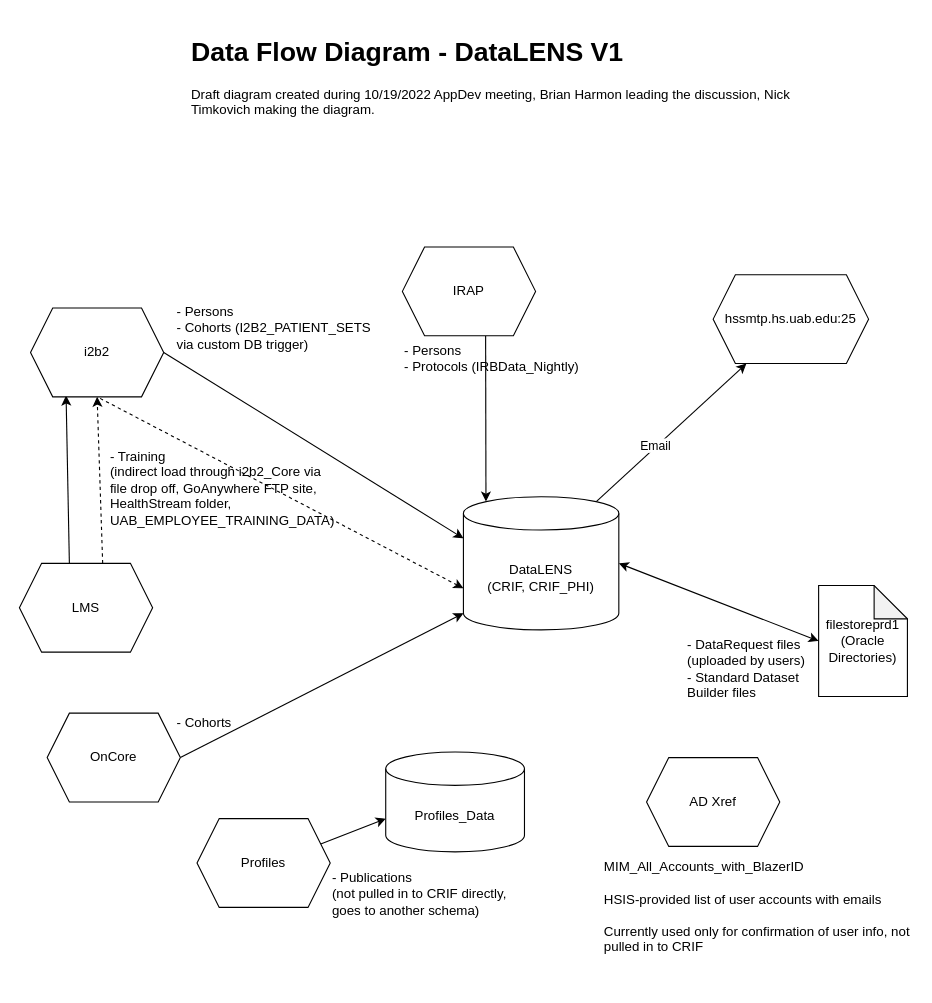
Earlier version of the draw.io diagram page "V1 Current" (2 of 2) of Data Flow Diagram DataLENS V2.drawio (ntimkovich/UAB-II-Diagrams). Source tidied: cells renumbered, new cells numbered last; positions are measured from the earlier drawing's top-left corner, leaving out a move shared by most shapes. Both pictures are drawn from the tidied source at 111%, with x=0, y=0 at pixel (19, 30).
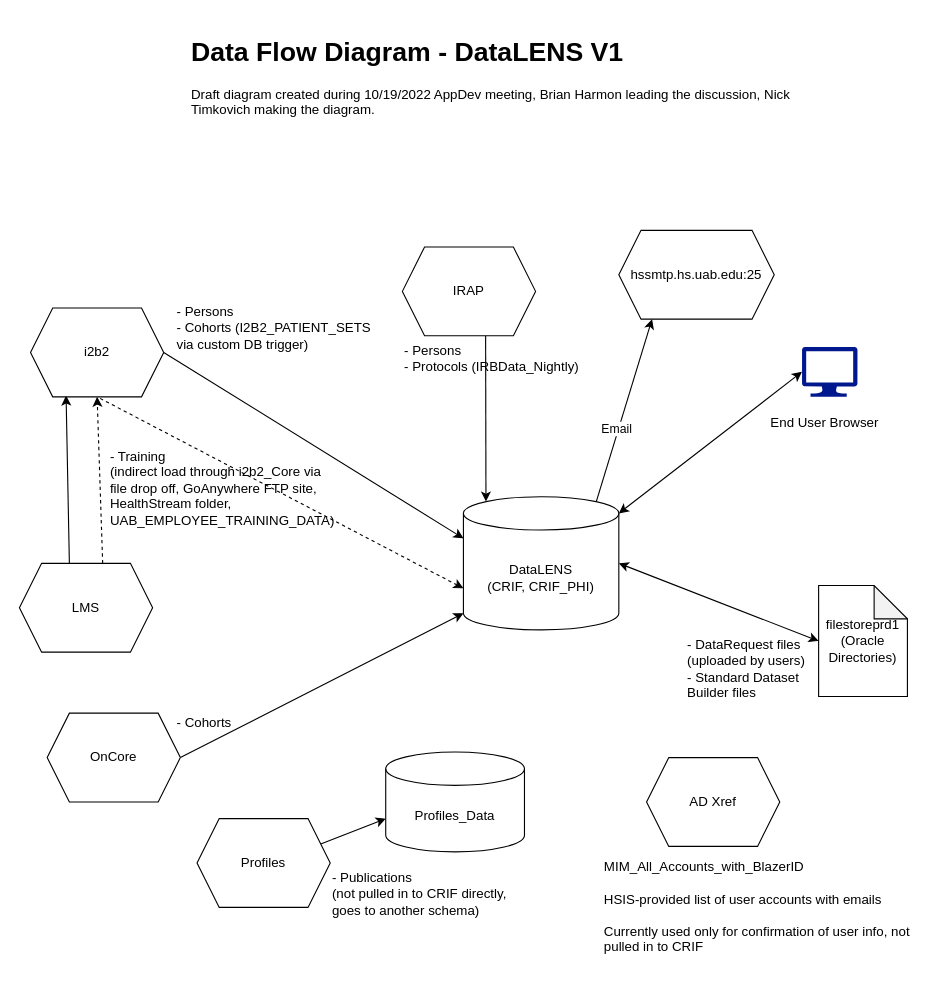
The same diagram, later.

The change refers to these unchanged cells:
```xml
<mxCell id="5" value="DataLENS&lt;br&gt;(CRIF, CRIF_PHI)" style="shape=cylinder3;whiteSpace=wrap;html=1;boundedLbl=1;backgroundOutline=1;size=15;" parent="1" vertex="1">
  <mxGeometry x="400" y="420" width="140" height="120" as="geometry" />
</mxCell>
```

Diff of the diagram source:
```diff
@@
+    <mxCell id="30" style="rounded=0;jettySize=auto;html=1;exitX=1;exitY=0;exitDx=0;exitDy=15;exitPerimeter=0;entryX=0;entryY=0.5;entryDx=0;entryDy=0;entryPerimeter=0;fontColor=#FF0000;startArrow=classic;startFill=1;" parent="1" edge="1" source="5" target="31">
+      <mxGeometry relative="1" as="geometry" />
+    </mxCell>
@@
     <mxCell id="27" value="hssmtp.hs.uab.edu:25" style="shape=hexagon;perimeter=hexagonPerimeter2;whiteSpace=wrap;html=1;fixedSize=1;strokeColor=#000000;fontColor=#000000;" parent="1" vertex="1">
-      <mxGeometry x="625" y="220" width="140" height="80" as="geometry" />
+      <mxGeometry x="540" y="180" width="140" height="80" as="geometry" />
     </mxCell>
@@
+    <mxCell id="31" style="sketch=0;shadow=0;dashed=0;html=1;strokeColor=none;labelPosition=center;verticalLabelPosition=bottom;verticalAlign=top;align=center;fillColor=#00188D;shape=mxgraph.azure.computer;fontColor=#FF0000;" parent="1" vertex="1">
+      <mxGeometry x="705" y="285" width="50" height="45" as="geometry" />
+    </mxCell>
+    <mxCell id="32" value="End User Browser" style="text;html=1;strokeColor=none;fillColor=none;align=left;verticalAlign=top;whiteSpace=wrap;rounded=0;" parent="1" vertex="1">
+      <mxGeometry x="675" y="340" width="110" height="40" as="geometry" />
+    </mxCell>
```
